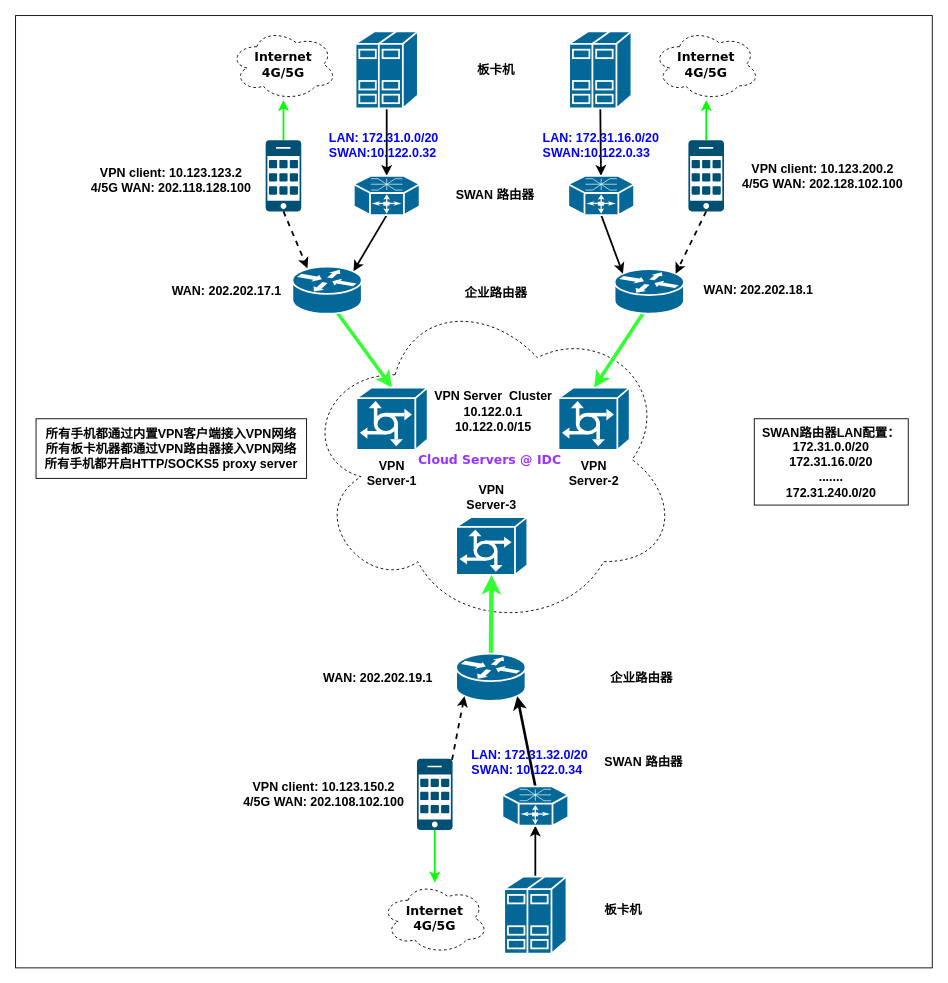
This is Untitled Diagram.drawio from nxtreaming/andy_study, a draw.io file, before an edit. Source tidied: cells renumbered, new cells numbered last; positions are measured from the earlier drawing's top-left corner, leaving out a move shared by most shapes. Both pictures are drawn from the tidied source at 89%, with x=0, y=0 at pixel (15, 15).
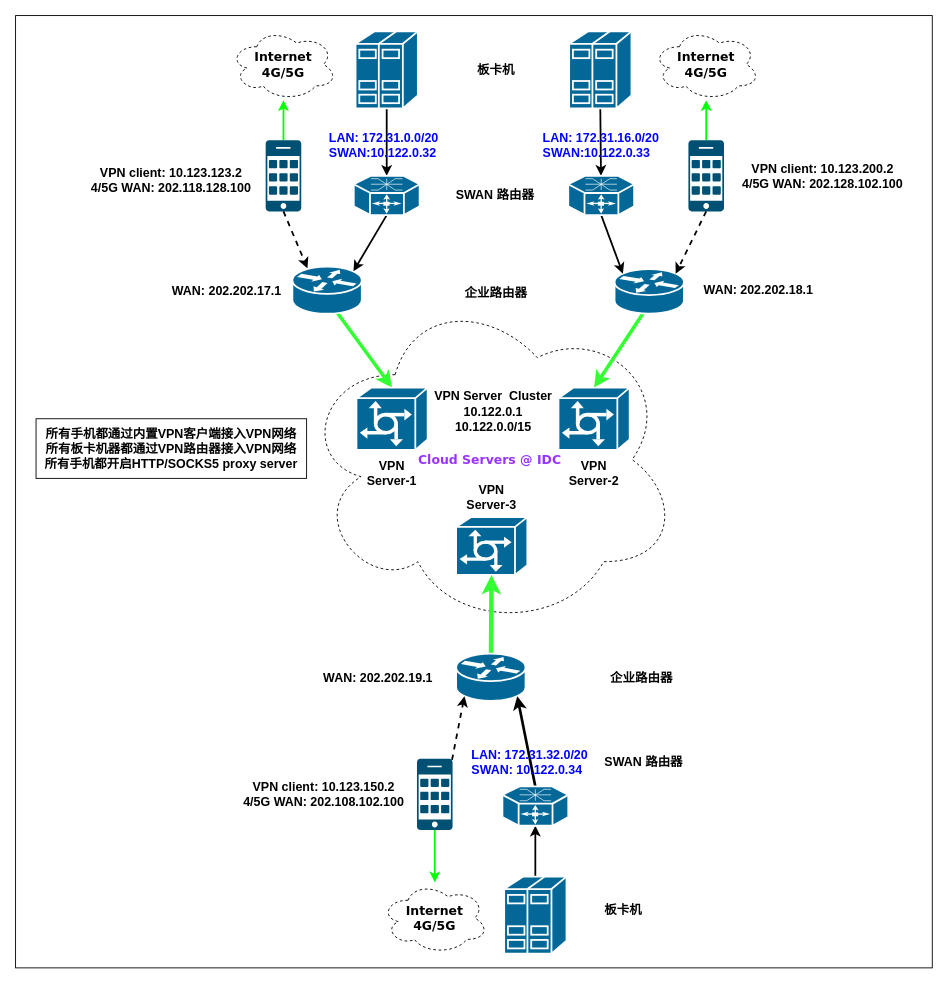
After the change.

The edit, as a diff of the source:
```diff
@@
-    <mxCell id="57" value="&lt;font face=&quot;Helvetica&quot; style=&quot;font-size: 14px;&quot;&gt;&lt;b&gt;SWAN路由器LAN配置：&lt;br&gt;172.31.0.0/20&lt;br&gt;172.31.16.0/20&lt;br&gt;.......&lt;br&gt;172.31.240.0/20&lt;/b&gt;&lt;br&gt;&lt;/font&gt;" style="whiteSpace=wrap;html=1;fillColor=#FFFFFF;" parent="1" vertex="1">
-      <mxGeometry x="830" y="453" width="173" height="97" as="geometry" />
-    </mxCell>
```
